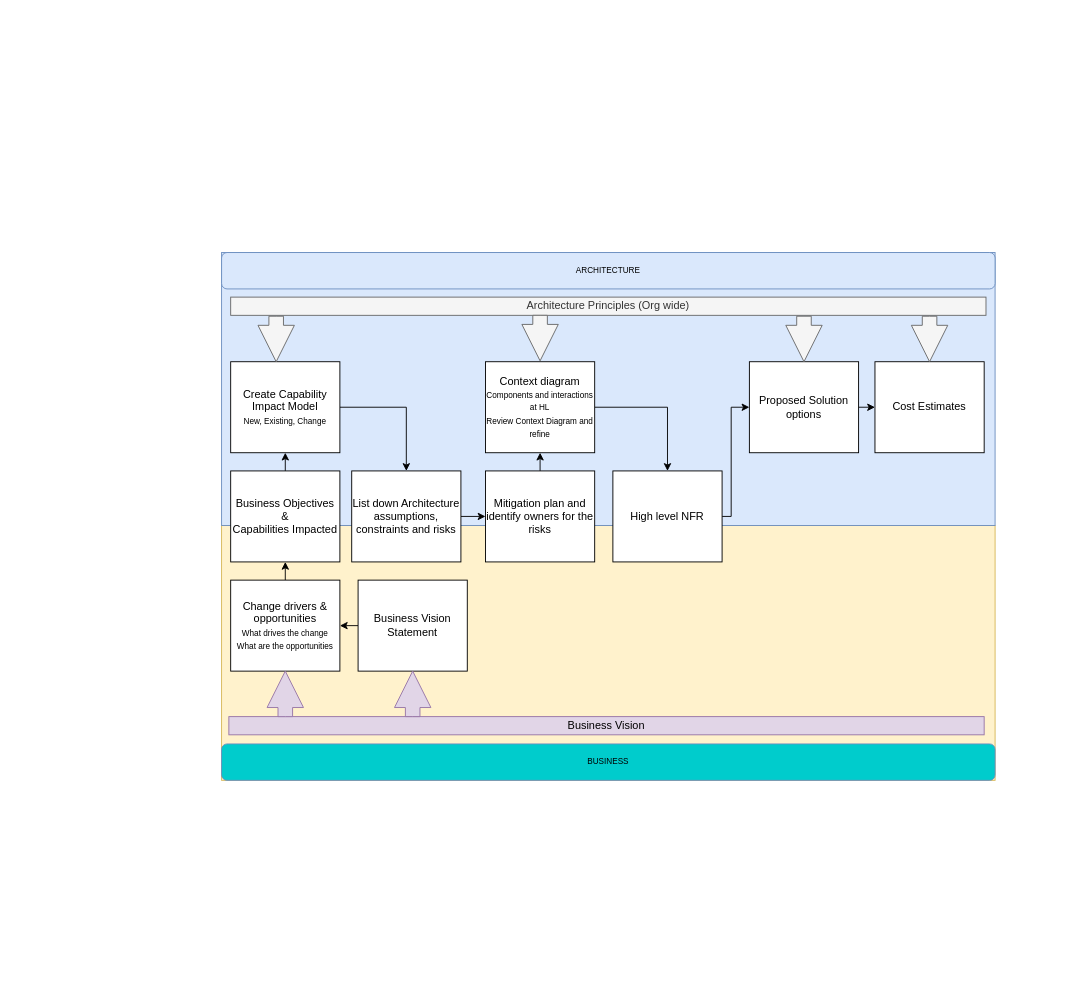
Before: Solution-Architecture_Process.drawio in anwar-sadat85/solution-architecture, a draw.io diagram. Source tidied: cells renumbered, new cells numbered last; positions are measured from the earlier drawing's top-left corner, leaving out a move shared by most shapes. Both pictures are drawn from the tidied source at 91%, with x=0, y=0 at pixel (221, 252). Pictures stored in the file or linked from it are replaced by grey dashed boxes.
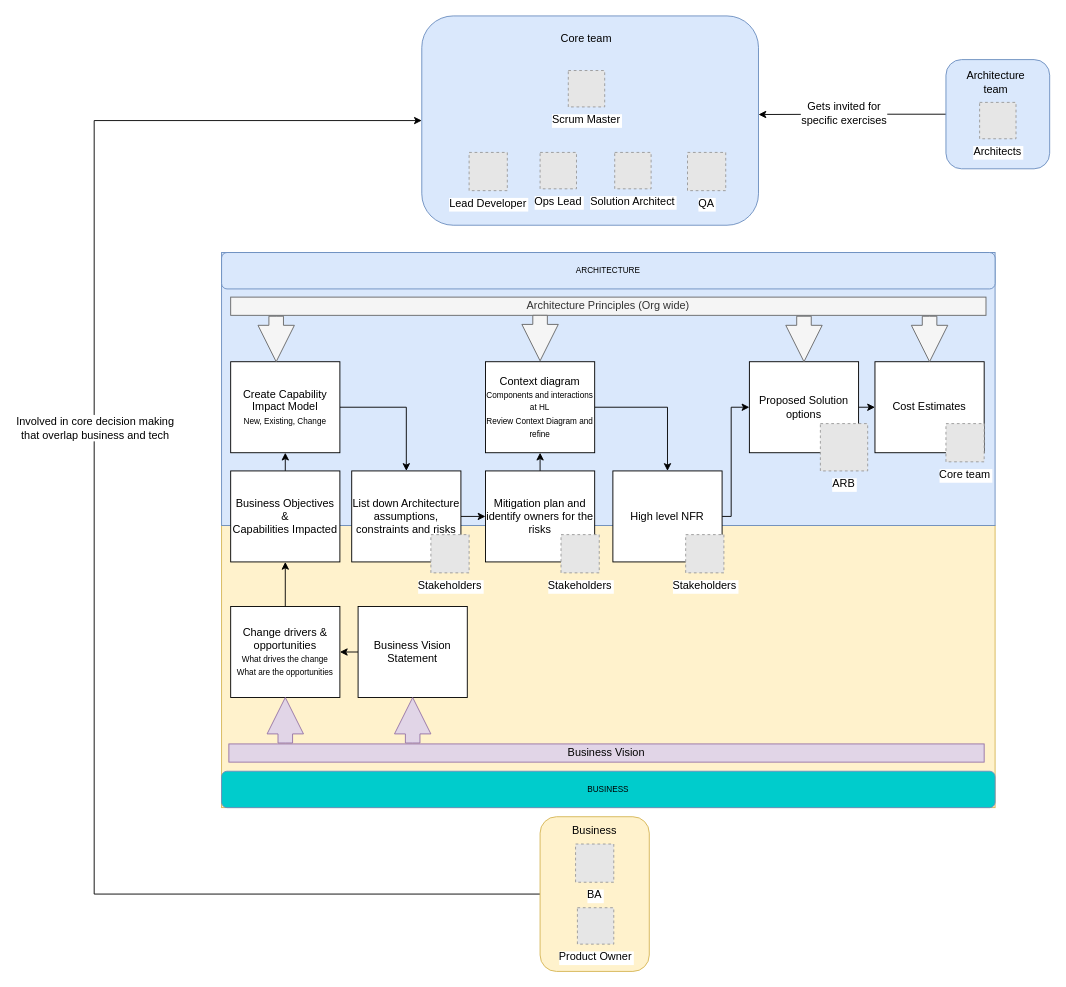
The same diagram, later.

Diff of the diagram source:
```diff
@@
+    <mxCell id="33" style="edgeStyle=orthogonalEdgeStyle;rounded=0;jettySize=auto;html=1;exitX=0;exitY=0.5;exitDx=0;exitDy=0;entryX=1;entryY=0.471;entryDx=0;entryDy=0;entryPerimeter=0;fontSize=12;" parent="1" edge="1" source="35" target="39">
+      <mxGeometry relative="1" as="geometry" />
+    </mxCell>
+    <mxCell id="34" value="Gets invited for&lt;br&gt;specific exercises" style="edgeLabel;html=1;align=center;verticalAlign=middle;fontSize=12;" parent="33" vertex="1">
+      <mxGeometry x="0.1" y="-2" relative="1" as="geometry" />
+    </mxCell>
+    <mxCell id="35" style="rounded=1;whiteSpace=wrap;html=1;fontSize=12;fillColor=#dae8fc;strokeColor=#6c8ebf;" parent="1" vertex="1">
+      <mxGeometry x="796" y="-212" width="114" height="120" as="geometry" />
+    </mxCell>
+    <mxCell id="36" style="edgeStyle=orthogonalEdgeStyle;rounded=0;jettySize=auto;html=1;exitX=0;exitY=0.5;exitDx=0;exitDy=0;fontSize=12;entryX=0;entryY=0.5;entryDx=0;entryDy=0;" parent="1" edge="1" source="38" target="39">
+      <mxGeometry relative="1" as="geometry">
+        <Array as="points">
+          <mxPoint x="-140" y="705" />
+          <mxPoint x="-140" y="-145" />
+        </Array>
+      </mxGeometry>
+    </mxCell>
+    <mxCell id="37" value="Involved in core decision making &lt;br&gt;that overlap business and tech" style="edgeLabel;html=1;align=center;verticalAlign=middle;fontSize=12;" parent="36" vertex="1">
+      <mxGeometry x="0.18" relative="1" as="geometry" />
+    </mxCell>
+    <mxCell id="38" style="rounded=1;whiteSpace=wrap;html=1;fontSize=12;fillColor=#fff2cc;strokeColor=#d6b656;" parent="1" vertex="1">
+      <mxGeometry x="350" y="620" width="120" height="170" as="geometry" />
+    </mxCell>
+    <mxCell id="39" style="rounded=1;whiteSpace=wrap;html=1;fontSize=9;fillColor=#dae8fc;strokeColor=#6c8ebf;" parent="1" vertex="1">
+      <mxGeometry x="220" y="-260" width="370" height="230" as="geometry" />
+    </mxCell>
     <mxCell id="2" style="rounded=0;whiteSpace=wrap;html=1;fontSize=9;fillColor=#fff2cc;strokeColor=#d6b656;" parent="1" vertex="1">
-      <mxGeometry y="300" width="850" height="280" as="geometry" />
+      <mxGeometry y="300" width="850" height="310" as="geometry" />
     </mxCell>
@@
     <mxCell id="5" value="Business Vision" style="rounded=0;whiteSpace=wrap;html=1;fillColor=#e1d5e7;strokeColor=#9673a6;" parent="1" vertex="1">
-      <mxGeometry x="8" y="510" width="830" height="20" as="geometry" />
+      <mxGeometry x="8" y="540" width="830" height="20" as="geometry" />
     </mxCell>
@@
     <mxCell id="7" value="Change drivers &amp;amp; opportunities&lt;br&gt;&lt;font style=&quot;font-size: 9px;&quot;&gt;What drives the change&lt;br&gt;&lt;/font&gt;&lt;font style=&quot;font-size: 9px;&quot;&gt;What are the opportunities&lt;/font&gt;" style="rounded=0;whiteSpace=wrap;html=1;" parent="1" vertex="1">
-      <mxGeometry x="10" y="360" width="120" height="100" as="geometry" />
+      <mxGeometry x="10" y="389" width="120" height="100" as="geometry" />
     </mxCell>
@@
     <mxCell id="24" value="BUSINESS" style="rounded=1;whiteSpace=wrap;html=1;fontSize=9;fillColor=#00CCCC;strokeColor=#6c8ebf;" parent="1" vertex="1">
-      <mxGeometry y="540" width="850" height="40" as="geometry" />
+      <mxGeometry y="570" width="850" height="40" as="geometry" />
     </mxCell>
@@
     <mxCell id="26" value="Business Vision Statement" style="rounded=0;whiteSpace=wrap;html=1;" parent="1" vertex="1">
-      <mxGeometry x="150" y="360" width="120" height="100" as="geometry" />
+      <mxGeometry x="150" y="389" width="120" height="100" as="geometry" />
     </mxCell>
     <mxCell id="27" style="html=1;shadow=0;dashed=0;align=center;verticalAlign=middle;shape=mxgraph.arrows2.arrow;dy=0.6;dx=40;direction=north;notch=0;fontSize=9;fillColor=#e1d5e7;strokeColor=#9673a6;" parent="1" vertex="1">
-      <mxGeometry x="50" y="460" width="40" height="50" as="geometry" />
+      <mxGeometry x="50" y="489" width="40" height="50" as="geometry" />
     </mxCell>
     <mxCell id="28" style="html=1;shadow=0;dashed=0;align=center;verticalAlign=middle;shape=mxgraph.arrows2.arrow;dy=0.6;dx=40;direction=north;notch=0;fontSize=9;fillColor=#e1d5e7;strokeColor=#9673a6;" parent="1" vertex="1">
-      <mxGeometry x="190" y="460" width="40" height="50" as="geometry" />
+      <mxGeometry x="190" y="489" width="40" height="50" as="geometry" />
     </mxCell>
@@
+    <mxCell id="40" value="Lead Developer" style="fillColor=#E6E6E6;strokeColor=#999999;dashed=1;verticalLabelPosition=bottom;labelBackgroundColor=default;verticalAlign=top;" parent="1" vertex="1">
+      <mxGeometry x="272" y="-110" width="42" height="42" as="geometry" />
+    </mxCell>
+    <mxCell id="41" value="Scrum Master" style="fillColor=#E6E6E6;strokeColor=#999999;dashed=1;verticalLabelPosition=bottom;labelBackgroundColor=default;verticalAlign=top;" parent="1" vertex="1">
+      <mxGeometry x="381" y="-200" width="40" height="40" as="geometry" />
+    </mxCell>
+    <mxCell id="42" value="Ops Lead" style="fillColor=#E6E6E6;strokeColor=#999999;dashed=1;verticalLabelPosition=bottom;labelBackgroundColor=default;verticalAlign=top;rotation=0;" parent="1" vertex="1">
+      <mxGeometry x="350" y="-110" width="40" height="40" as="geometry" />
+    </mxCell>
+    <mxCell id="43" value="Solution Architect" style="fillColor=#E6E6E6;strokeColor=#999999;dashed=1;verticalLabelPosition=bottom;labelBackgroundColor=default;verticalAlign=top;" parent="1" vertex="1">
+      <mxGeometry x="432" y="-110" width="40" height="40" as="geometry" />
+    </mxCell>
+    <mxCell id="44" value="QA" style="fillColor=#E6E6E6;strokeColor=#999999;dashed=1;verticalLabelPosition=bottom;labelBackgroundColor=default;verticalAlign=top;" parent="1" vertex="1">
+      <mxGeometry x="512" y="-110" width="42" height="42" as="geometry" />
+    </mxCell>
+    <mxCell id="45" value="Product Owner" style="fillColor=#E6E6E6;strokeColor=#999999;dashed=1;verticalLabelPosition=bottom;labelBackgroundColor=default;verticalAlign=top;" parent="1" vertex="1">
+      <mxGeometry x="391" y="720" width="40" height="40" as="geometry" />
+    </mxCell>
+    <mxCell id="46" value="BA" style="fillColor=#E6E6E6;strokeColor=#999999;dashed=1;verticalLabelPosition=bottom;labelBackgroundColor=default;verticalAlign=top;" parent="1" vertex="1">
+      <mxGeometry x="389" y="650" width="42" height="42" as="geometry" />
+    </mxCell>
+    <mxCell id="47" value="Stakeholders" style="fillColor=#E6E6E6;strokeColor=#999999;dashed=1;verticalLabelPosition=bottom;labelBackgroundColor=default;verticalAlign=top;" parent="1" vertex="1">
+      <mxGeometry x="230" y="310" width="42" height="42" as="geometry" />
+    </mxCell>
+    <mxCell id="48" value="Stakeholders" style="fillColor=#E6E6E6;strokeColor=#999999;dashed=1;verticalLabelPosition=bottom;labelBackgroundColor=default;verticalAlign=top;" parent="1" vertex="1">
+      <mxGeometry x="373" y="310" width="42" height="42" as="geometry" />
+    </mxCell>
+    <mxCell id="49" value="Stakeholders" style="fillColor=#E6E6E6;strokeColor=#999999;dashed=1;verticalLabelPosition=bottom;labelBackgroundColor=default;verticalAlign=top;" parent="1" vertex="1">
+      <mxGeometry x="510" y="310" width="42" height="42" as="geometry" />
+    </mxCell>
+    <mxCell id="50" value="ARB" style="fillColor=#E6E6E6;strokeColor=#999999;dashed=1;verticalLabelPosition=bottom;labelBackgroundColor=default;verticalAlign=top;" parent="1" vertex="1">
+      <mxGeometry x="658" y="188" width="52" height="52" as="geometry" />
+    </mxCell>
+    <mxCell id="51" value="Core team" style="fillColor=#E6E6E6;strokeColor=#999999;dashed=1;verticalLabelPosition=bottom;labelBackgroundColor=default;verticalAlign=top;" parent="1" vertex="1">
+      <mxGeometry x="796" y="188" width="42" height="42" as="geometry" />
+    </mxCell>
+    <mxCell id="52" value="Architects" style="fillColor=#E6E6E6;strokeColor=#999999;dashed=1;verticalLabelPosition=bottom;labelBackgroundColor=default;verticalAlign=top;" parent="1" vertex="1">
+      <mxGeometry x="833" y="-165" width="40" height="40" as="geometry" />
+    </mxCell>
+    <mxCell id="53" value="&lt;font style=&quot;font-size: 12px;&quot;&gt;Core team&lt;/font&gt;" style="text;html=1;strokeColor=none;fillColor=none;align=center;verticalAlign=middle;whiteSpace=wrap;rounded=0;fontSize=9;" parent="1" vertex="1">
+      <mxGeometry x="371" y="-250" width="60" height="30" as="geometry" />
+    </mxCell>
+    <mxCell id="54" value="Business" style="text;html=1;strokeColor=none;fillColor=none;align=center;verticalAlign=middle;whiteSpace=wrap;rounded=0;fontSize=12;" parent="1" vertex="1">
+      <mxGeometry x="380" y="620" width="60" height="30" as="geometry" />
+    </mxCell>
+    <mxCell id="55" value="Architecture&lt;br&gt;team" style="text;html=1;strokeColor=none;fillColor=none;align=center;verticalAlign=middle;whiteSpace=wrap;rounded=0;fontSize=12;" parent="1" vertex="1">
+      <mxGeometry x="821" y="-202" width="60" height="30" as="geometry" />
+    </mxCell>
```
